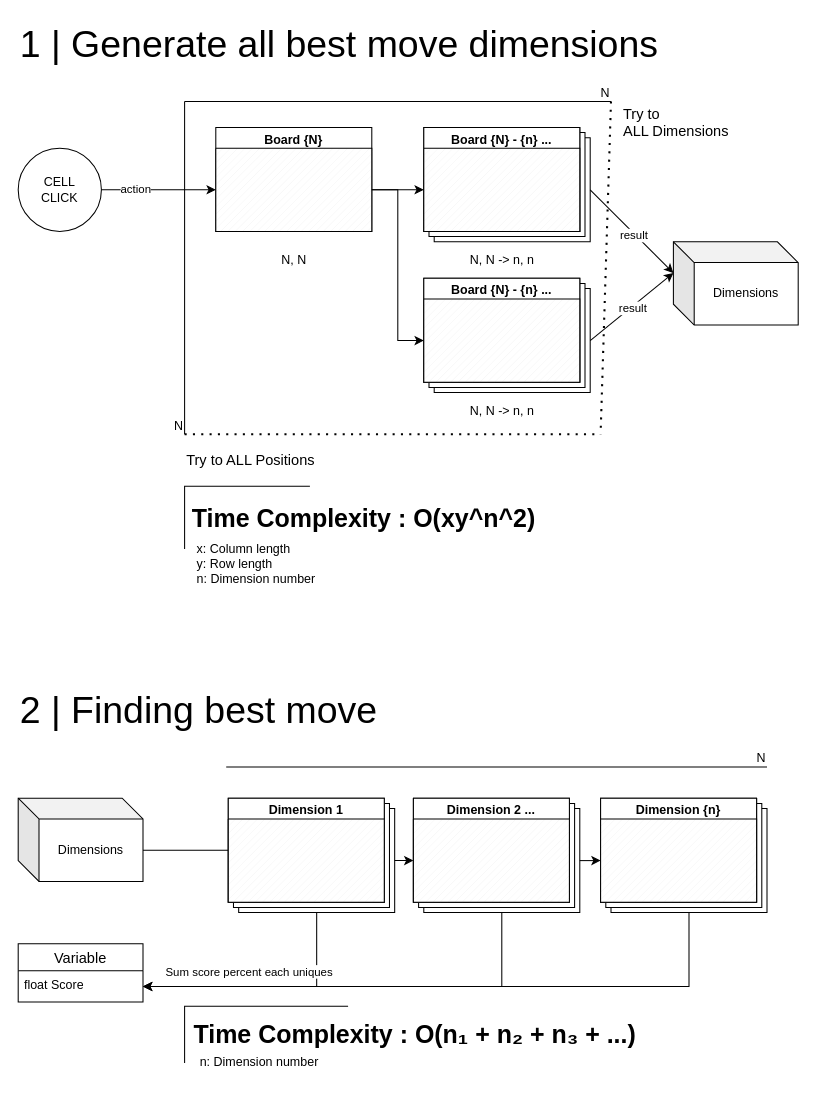
This is readme/tictactoe_model_multidimension.drawio from taxi-tabby/tictactoe-ai-game, a draw.io file, before an edit. Source tidied: cells renumbered, new cells numbered last; positions are measured from the earlier drawing's top-left corner, leaving out a move shared by most shapes. Both pictures are drawn from the tidied source at 104%, with x=0, y=0 at pixel (18, 18).
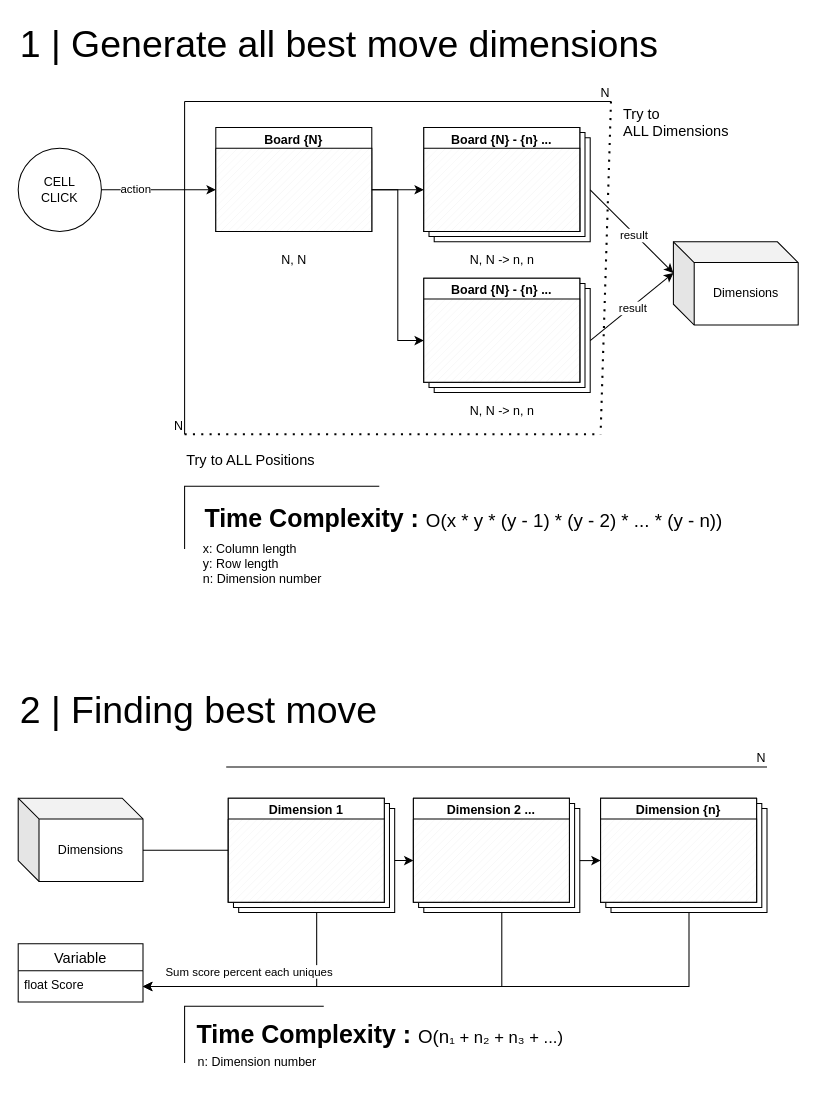
The same page after the edit.

Commit message (it also covers changes not shown here):
Update tictactoe_model_multidimension image in README

The edit, as a diff of the source:
```diff
@@
     <mxCell id="49" style="group;" parent="1" vertex="1">
-      <mxGeometry x="160" y="450" width="360" height="100" as="geometry" />
+      <mxGeometry x="160" y="450" width="560" height="100" as="geometry" />
     </mxCell>
-    <mxCell id="50" value="&lt;h1 style=&quot;margin-top: 0px;&quot;&gt;&lt;font face=&quot;Arial, sans-serif&quot;&gt;Time Complexity : O(xy^n^2)&lt;/font&gt;&lt;/h1&gt;" style="text;html=1;align=center;verticalAlign=middle;whiteSpace=wrap;rounded=0;" parent="49" vertex="1">
-      <mxGeometry width="345" height="80" as="geometry" />
+    <mxCell id="50" value="&lt;h1 style=&quot;margin-top: 0px;&quot;&gt;&lt;font face=&quot;Arial, sans-serif&quot;&gt;Time Complexity :&amp;nbsp;&lt;/font&gt;&lt;span style=&quot;background-color: transparent; color: light-dark(rgb(0, 0, 0), rgb(255, 255, 255)); font-weight: normal;&quot;&gt;&lt;font style=&quot;font-size: 18px;&quot;&gt;O(x * y * (y - 1) * (y - 2) * ... * (y - n))&lt;/font&gt;&lt;/span&gt;&lt;/h1&gt;" style="text;html=1;align=center;verticalAlign=middle;whiteSpace=wrap;rounded=0;" parent="49" vertex="1">
+      <mxGeometry width="536.7" height="80" as="geometry" />
     </mxCell>
     <mxCell id="51" style="shape=partialRectangle;whiteSpace=wrap;html=1;bottom=0;right=0;fillColor=none;" parent="49" vertex="1">
-      <mxGeometry width="120" height="60" as="geometry" />
+      <mxGeometry width="186.7" height="60" as="geometry" />
     </mxCell>
     <mxCell id="52" value="x: Column length&lt;br&gt;y: Row length&lt;br&gt;n: Dimension number" style="text;html=1;align=left;verticalAlign=middle;whiteSpace=wrap;rounded=0;" parent="49" vertex="1">
-      <mxGeometry x="10" y="50" width="350" height="50" as="geometry" />
+      <mxGeometry x="15.6" y="50" width="544.4" height="50" as="geometry" />
     </mxCell>
     <mxCell id="53" style="group;" parent="1" vertex="1">
-      <mxGeometry x="160" y="950" width="470" height="90" as="geometry" />
+      <mxGeometry x="160" y="950" width="400" height="90" as="geometry" />
     </mxCell>
-    <mxCell id="54" value="&lt;h1 style=&quot;margin-top: 0px;&quot;&gt;&lt;font face=&quot;Arial, sans-serif&quot;&gt;Time Complexity : O(n&lt;/font&gt;₁&lt;font face=&quot;Arial, sans-serif&quot;&gt;&amp;nbsp;+ n&lt;/font&gt;₂&lt;font face=&quot;Arial, sans-serif&quot;&gt;&amp;nbsp;+ n&lt;/font&gt;₃&lt;font face=&quot;Arial, sans-serif&quot;&gt;&amp;nbsp;+ ...)&amp;nbsp;&lt;/font&gt;&lt;/h1&gt;" style="text;html=1;align=center;verticalAlign=middle;whiteSpace=wrap;rounded=0;" parent="53" vertex="1">
-      <mxGeometry width="450.4" height="72" as="geometry" />
+    <mxCell id="54" value="&lt;h1 style=&quot;margin-top: 0px;&quot;&gt;&lt;font face=&quot;Arial, sans-serif&quot;&gt;Time Complexity : &lt;span style=&quot;font-weight: normal;&quot;&gt;&lt;font style=&quot;font-size: 18px;&quot;&gt;O(n&lt;/font&gt;&lt;/span&gt;&lt;/font&gt;&lt;span style=&quot;font-weight: normal;&quot;&gt;&lt;font size=&quot;3&quot;&gt;₁&lt;font face=&quot;Arial, sans-serif&quot;&gt;&amp;nbsp;+ n&lt;/font&gt;₂&lt;font face=&quot;Arial, sans-serif&quot;&gt;&amp;nbsp;+ n&lt;/font&gt;₃&lt;/font&gt;&lt;/span&gt;&lt;font face=&quot;Arial, sans-serif&quot;&gt;&lt;span style=&quot;font-weight: normal;&quot;&gt;&lt;font size=&quot;3&quot;&gt;&amp;nbsp;+ ...)&lt;/font&gt;&lt;/span&gt;&amp;nbsp;&lt;/font&gt;&lt;/h1&gt;" style="text;html=1;align=center;verticalAlign=middle;whiteSpace=wrap;rounded=0;" parent="53" vertex="1">
+      <mxGeometry width="383.3" height="72" as="geometry" />
     </mxCell>
     <mxCell id="55" style="shape=partialRectangle;whiteSpace=wrap;html=1;bottom=0;right=0;fillColor=none;" parent="53" vertex="1">
-      <mxGeometry width="156.7" height="54" as="geometry" />
+      <mxGeometry width="133.3" height="54" as="geometry" />
     </mxCell>
     <mxCell id="56" value="n: Dimension number" style="text;html=1;align=left;verticalAlign=middle;whiteSpace=wrap;rounded=0;" parent="53" vertex="1">
-      <mxGeometry x="13.1" y="45" width="456.9" height="18" as="geometry" />
+      <mxGeometry x="11.1" y="45" width="388.9" height="18" as="geometry" />
     </mxCell>
```
